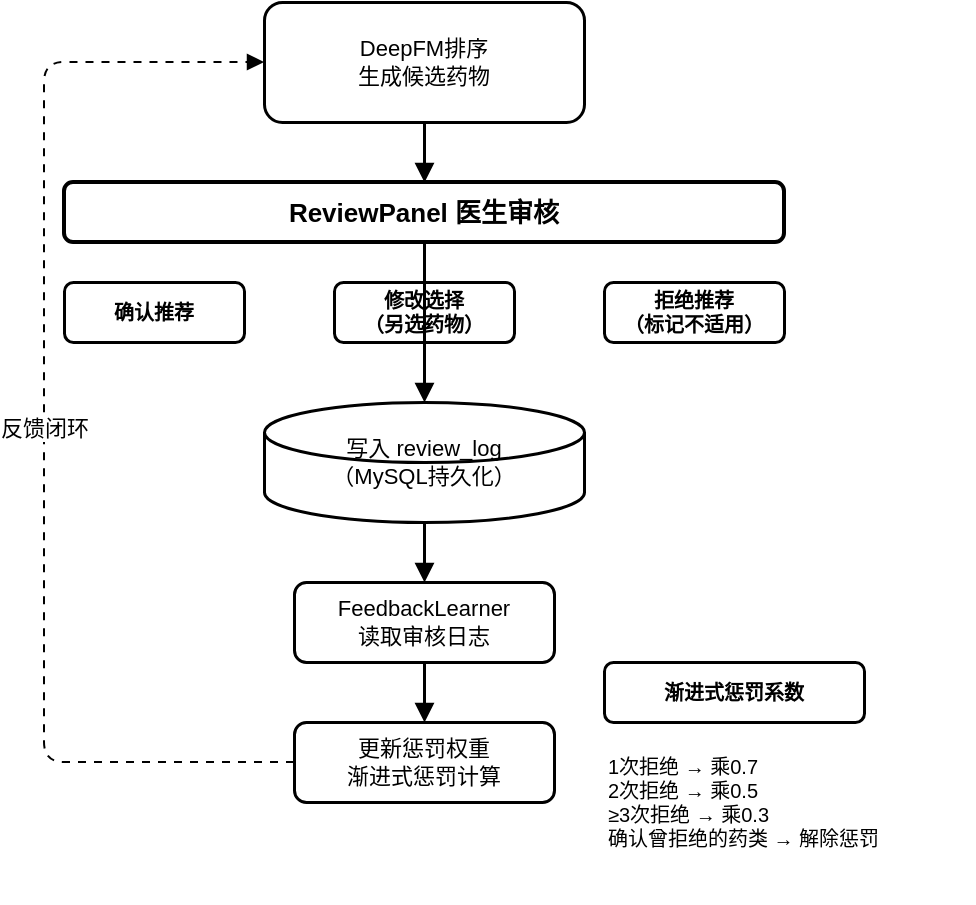
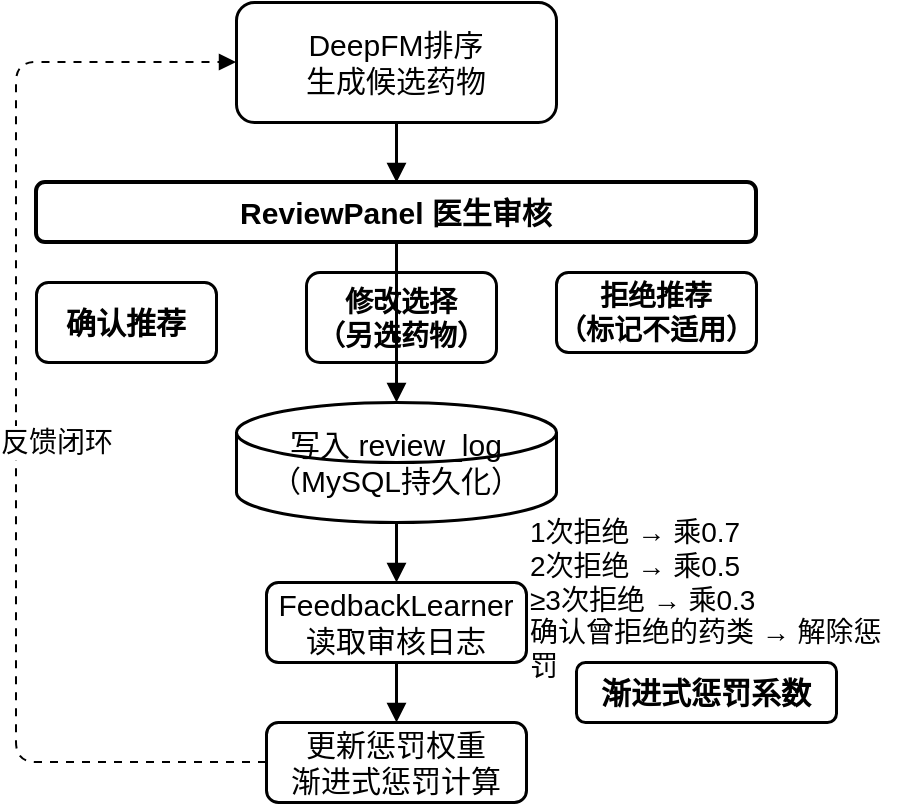
<mxfile host="Electron">
  <diagram name="审核反馈闭环" id="feedback-loop">
-     <mxGraphModel dx="848" dy="539" grid="1" gridSize="10" guides="1" tooltips="1" connect="1" arrows="1" fold="1" page="1" pageScale="1" pageWidth="900" pageHeight="800" background="#ffffff" math="0" shadow="0">
+     <mxGraphModel dx="1228" dy="781" grid="1" gridSize="10" guides="1" tooltips="1" connect="1" arrows="1" fold="1" page="1" pageScale="1" pageWidth="900" pageHeight="800" background="#ffffff" math="0" shadow="0">
      <root>
        <mxCell id="0" />
        <mxCell id="1" parent="0" />
-         <mxCell id="step1" parent="1" style="rounded=1;whiteSpace=wrap;html=1;fillColor=#ffffff;strokeColor=#000000;strokeWidth=1.5;fontSize=11;fontColor=#000000;" value="DeepFM排序&#xa;生成候选药物" vertex="1">
+         <mxCell id="step1" parent="1" style="rounded=1;whiteSpace=wrap;html=1;fillColor=#ffffff;strokeColor=#000000;strokeWidth=1.5;fontSize=11;fontColor=#000000;" value="&lt;font style=&quot;font-size: 15px;&quot;&gt;DeepFM排序&lt;br&gt;生成候选药物&lt;/font&gt;" vertex="1">
          <mxGeometry height="60" width="160" x="330" y="110" as="geometry" />
        </mxCell>
-         <mxCell id="step2_title" parent="1" style="rounded=1;whiteSpace=wrap;html=1;fillColor=#ffffff;strokeColor=#000000;strokeWidth=2;fontSize=13;fontStyle=1;fontColor=#000000;align=center;" value="ReviewPanel 医生审核" vertex="1">
+         <mxCell id="step2_title" parent="1" style="rounded=1;whiteSpace=wrap;html=1;fillColor=#ffffff;strokeColor=#000000;strokeWidth=2;fontSize=13;fontStyle=1;fontColor=#000000;align=center;" value="&lt;font style=&quot;font-size: 15px;&quot;&gt;ReviewPanel 医生审核&lt;/font&gt;" vertex="1">
          <mxGeometry height="30" width="360" x="230" y="200" as="geometry" />
        </mxCell>
-         <mxCell id="action_confirm" parent="1" style="rounded=1;whiteSpace=wrap;html=1;fillColor=#ffffff;strokeColor=#000000;strokeWidth=1.5;fontSize=10;fontStyle=1;fontColor=#000000;" value="确认推荐" vertex="1">
-           <mxGeometry height="30" width="90" x="230" y="250" as="geometry" />
+         <mxCell id="action_confirm" parent="1" style="rounded=1;whiteSpace=wrap;html=1;fillColor=#ffffff;strokeColor=#000000;strokeWidth=1.5;fontSize=10;fontStyle=1;fontColor=#000000;" value="&lt;font style=&quot;font-size: 15px;&quot;&gt;确认推荐&lt;/font&gt;" vertex="1">
+           <mxGeometry height="40" width="90" x="230" y="250" as="geometry" />
        </mxCell>
-         <mxCell id="action_modify" parent="1" style="rounded=1;whiteSpace=wrap;html=1;fillColor=#ffffff;strokeColor=#000000;strokeWidth=1.5;fontSize=10;fontStyle=1;fontColor=#000000;" value="修改选择&#xa;（另选药物）" vertex="1">
-           <mxGeometry height="30" width="90" x="365" y="250" as="geometry" />
+         <mxCell id="action_modify" parent="1" style="rounded=1;whiteSpace=wrap;html=1;fillColor=#ffffff;strokeColor=#000000;strokeWidth=1.5;fontSize=10;fontStyle=1;fontColor=#000000;" value="&lt;font style=&quot;font-size: 14px;&quot;&gt;修改选择&lt;br&gt;（另选药物）&lt;/font&gt;" vertex="1">
+           <mxGeometry height="45" width="95" x="365" y="245" as="geometry" />
        </mxCell>
-         <mxCell id="action_reject" parent="1" style="rounded=1;whiteSpace=wrap;html=1;fillColor=#ffffff;strokeColor=#000000;strokeWidth=1.5;fontSize=10;fontStyle=1;fontColor=#000000;" value="拒绝推荐&#xa;（标记不适用）" vertex="1">
-           <mxGeometry height="30" width="90" x="500" y="250" as="geometry" />
+         <mxCell id="action_reject" parent="1" style="rounded=1;whiteSpace=wrap;html=1;fillColor=#ffffff;strokeColor=#000000;strokeWidth=1.5;fontSize=10;fontStyle=1;fontColor=#000000;" value="&lt;font style=&quot;font-size: 14px;&quot;&gt;拒绝推荐&lt;br&gt;（标记不适用）&lt;/font&gt;" vertex="1">
+           <mxGeometry height="40" width="100" x="490" y="245" as="geometry" />
        </mxCell>
-         <mxCell id="step3" parent="1" style="shape=cylinder3;whiteSpace=wrap;html=1;fillColor=#ffffff;strokeColor=#000000;strokeWidth=1.5;fontSize=11;fontColor=#000000;" value="写入 review_log&#xa;（MySQL持久化）" vertex="1">
+         <mxCell id="step3" parent="1" style="shape=cylinder3;whiteSpace=wrap;html=1;fillColor=#ffffff;strokeColor=#000000;strokeWidth=1.5;fontSize=11;fontColor=#000000;" value="&lt;font style=&quot;font-size: 15px;&quot;&gt;写入 review_log&lt;br&gt;（MySQL持久化）&lt;/font&gt;" vertex="1">
          <mxGeometry height="60" width="160" x="330" y="310" as="geometry" />
        </mxCell>
-         <mxCell id="step4" parent="1" style="rounded=1;whiteSpace=wrap;html=1;fillColor=#ffffff;strokeColor=#000000;strokeWidth=1.5;fontSize=11;fontColor=#000000;" value="FeedbackLearner&#xa;读取审核日志" vertex="1">
+         <mxCell id="step4" parent="1" style="rounded=1;whiteSpace=wrap;html=1;fillColor=#ffffff;strokeColor=#000000;strokeWidth=1.5;fontSize=11;fontColor=#000000;" value="&lt;font style=&quot;font-size: 15px;&quot;&gt;FeedbackLearner&lt;br&gt;读取审核日志&lt;/font&gt;" vertex="1">
          <mxGeometry height="40" width="130" x="345" y="400" as="geometry" />
        </mxCell>
-         <mxCell id="step5" parent="1" style="rounded=1;whiteSpace=wrap;html=1;fillColor=#ffffff;strokeColor=#000000;strokeWidth=1.5;fontSize=11;fontColor=#000000;" value="更新惩罚权重&#xa;渐进式惩罚计算" vertex="1">
+         <mxCell id="step5" parent="1" style="rounded=1;whiteSpace=wrap;html=1;fillColor=#ffffff;strokeColor=#000000;strokeWidth=1.5;fontSize=11;fontColor=#000000;" value="&lt;font style=&quot;font-size: 15px;&quot;&gt;更新惩罚权重&lt;br&gt;渐进式惩罚计算&lt;/font&gt;" vertex="1">
          <mxGeometry height="40" width="130" x="345" y="470" as="geometry" />
        </mxCell>
-         <mxCell id="penalty_table" parent="1" style="rounded=1;whiteSpace=wrap;html=1;fillColor=#ffffff;strokeColor=#000000;strokeWidth=1.5;fontSize=10;fontStyle=1;fontColor=#000000;align=center;" value="渐进式惩罚系数" vertex="1">
+         <mxCell id="penalty_table" parent="1" style="rounded=1;whiteSpace=wrap;html=1;fillColor=#ffffff;strokeColor=#000000;strokeWidth=1.5;fontSize=10;fontStyle=1;fontColor=#000000;align=center;" value="&lt;font style=&quot;font-size: 15px;&quot;&gt;渐进式惩罚系数&lt;/font&gt;" vertex="1">
          <mxGeometry height="30" width="130" x="500" y="440" as="geometry" />
        </mxCell>
-         <mxCell id="penalty_list" parent="1" style="text;html=1;strokeColor=none;fillColor=none;align=left;verticalAlign=top;whiteSpace=wrap;rounded=0;fontSize=10;fontColor=#000000;" value="1次拒绝 → 乘0.7&#xa;2次拒绝 → 乘0.5&#xa;≥3次拒绝 → 乘0.3&#xa;确认曾拒绝的药类 → 解除惩罚" vertex="1">
-           <mxGeometry height="80" width="185" x="500" y="480" as="geometry" />
+         <mxCell id="penalty_list" parent="1" style="text;html=1;strokeColor=none;fillColor=none;align=left;verticalAlign=top;whiteSpace=wrap;rounded=0;fontSize=10;fontColor=#000000;" value="&lt;font style=&quot;font-size: 14px;&quot;&gt;1次拒绝 → 乘0.7&lt;br&gt;2次拒绝 → 乘0.5&lt;br&gt;≥3次拒绝 → 乘0.3&lt;br&gt;确认曾拒绝的药类 → 解除惩罚&lt;/font&gt;" vertex="1">
+           <mxGeometry height="90" width="190" x="475" y="360" as="geometry" />
        </mxCell>
        <mxCell id="arrow_1_2" edge="1" parent="1" source="step1" style="edgeStyle=orthogonalEdgeStyle;rounded=1;orthogonalLoop=1;jettySize=auto;html=1;strokeWidth=1.5;strokeColor=#000000;endArrow=block;endFill=1;" target="step2_title">
          <mxGeometry relative="1" as="geometry" />
        </mxCell>
        <mxCell id="arrow_2_3" edge="1" parent="1" source="step2_title" style="edgeStyle=orthogonalEdgeStyle;rounded=1;orthogonalLoop=1;jettySize=auto;html=1;strokeWidth=1.5;strokeColor=#000000;endArrow=block;endFill=1;" target="step3">
          <mxGeometry relative="1" as="geometry" />
        </mxCell>
        <mxCell id="arrow_3_4" edge="1" parent="1" source="step3" style="edgeStyle=orthogonalEdgeStyle;rounded=1;orthogonalLoop=1;jettySize=auto;html=1;strokeWidth=1.5;strokeColor=#000000;endArrow=block;endFill=1;" target="step4">
          <mxGeometry relative="1" as="geometry" />
        </mxCell>
        <mxCell id="arrow_4_5" edge="1" parent="1" source="step4" style="edgeStyle=orthogonalEdgeStyle;rounded=1;orthogonalLoop=1;jettySize=auto;html=1;strokeWidth=1.5;strokeColor=#000000;endArrow=block;endFill=1;" target="step5">
          <mxGeometry relative="1" as="geometry" />
        </mxCell>
-         <mxCell id="arrow_feedback" edge="1" parent="1" source="step5" style="edgeStyle=orthogonalEdgeStyle;rounded=1;orthogonalLoop=1;jettySize=auto;html=1;strokeWidth=1;strokeColor=#000000;endArrow=block;endFill=1;dashed=1;dashPattern=4 4;exitX=0;exitY=0.5;entryX=0;entryY=0.5;" target="step1" value="反馈闭环">
-           <mxGeometry relative="1" as="geometry">
+         <mxCell id="arrow_feedback" edge="1" parent="1" source="step5" style="edgeStyle=orthogonalEdgeStyle;rounded=1;orthogonalLoop=1;jettySize=auto;html=1;strokeWidth=1;strokeColor=#000000;endArrow=block;endFill=1;dashed=1;dashPattern=4 4;exitX=0;exitY=0.5;entryX=0;entryY=0.5;" target="step1" value="&lt;font style=&quot;font-size: 14px;&quot;&gt;反馈闭环&lt;/font&gt;">
+           <mxGeometry relative="1" x="-0.0256" y="-20" as="geometry">
+             <mxPoint as="offset" />
            <Array as="points">
              <mxPoint x="220" y="490" />
              <mxPoint x="220" y="140" />
            </Array>
          </mxGeometry>
        </mxCell>
      </root>
    </mxGraphModel>
  </diagram>
</mxfile>
